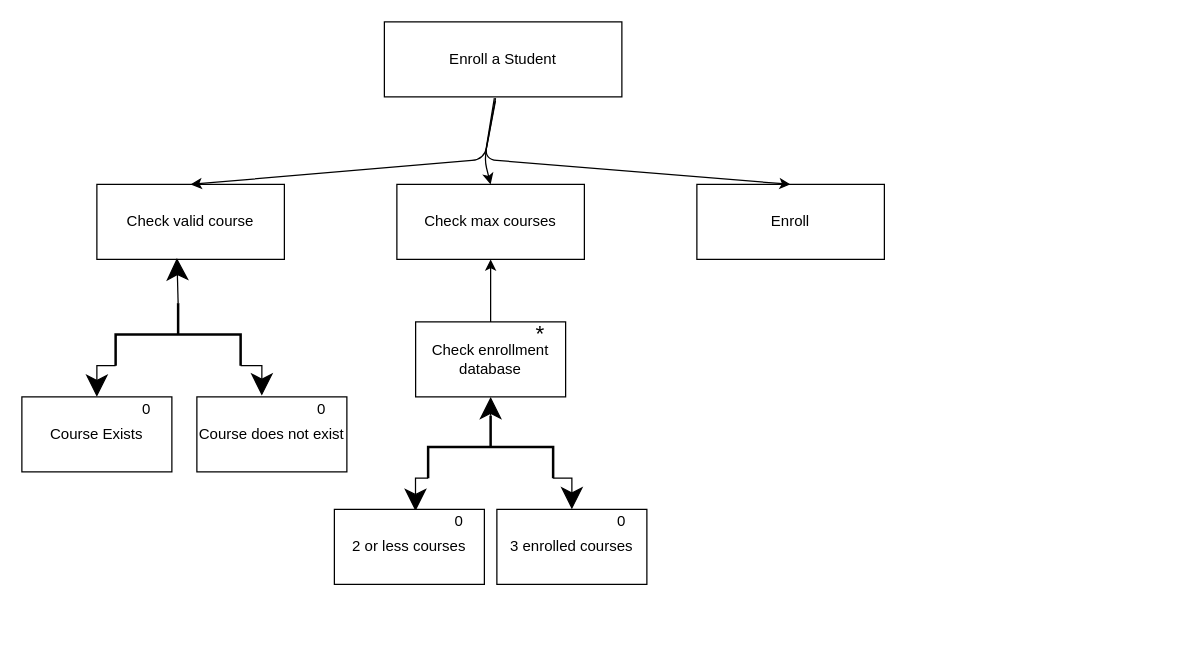
Before: page "DialogStructureDiagram" (5 of 6) of Unit2Question2.drawio in logankilpatrick/OxfordUnit2, a draw.io diagram. Source tidied: cells renumbered, new cells numbered last; positions are measured from the earlier drawing's top-left corner, leaving out a move shared by most shapes. Both pictures are drawn from the tidied source at 125%, with x=0, y=0 at pixel (21, 21).
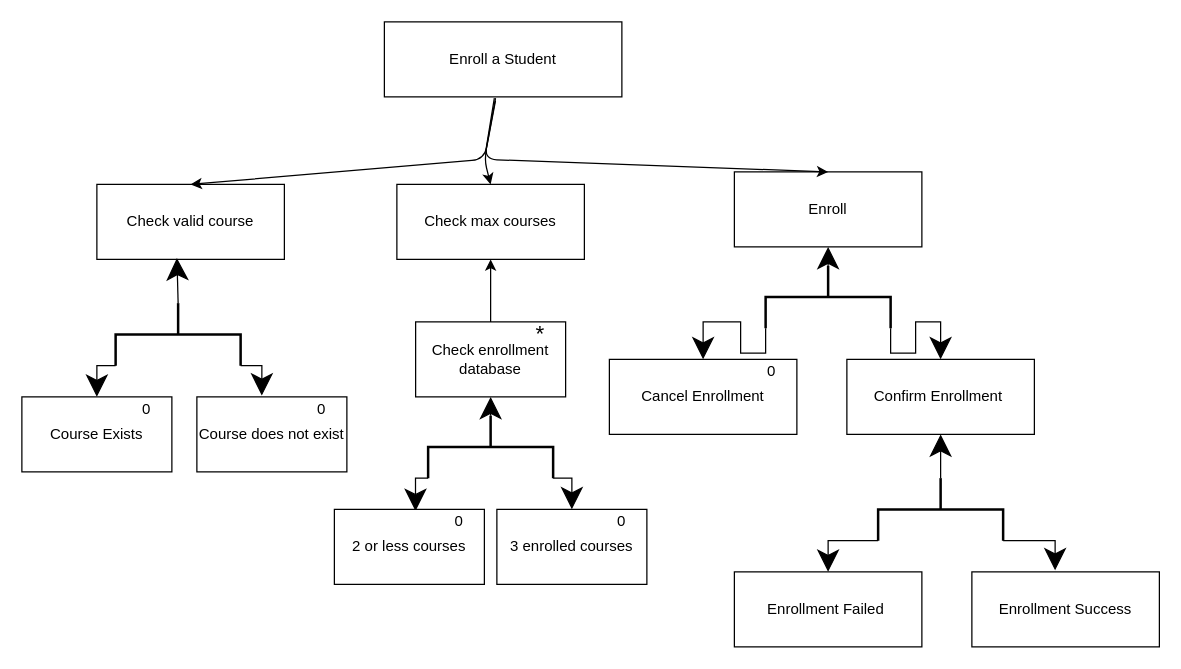
The same diagram, later.

What changed in the source:
```diff
@@
     <mxCell id="5" value="Enroll" style="rounded=0;whiteSpace=wrap;html=1;" parent="1" vertex="1">
-      <mxGeometry x="540" y="130" width="150" height="60" as="geometry" />
+      <mxGeometry x="570" y="120" width="150" height="60" as="geometry" />
     </mxCell>
@@
+    <mxCell id="28" value="Confirm Enrollment&amp;nbsp;" style="rounded=0;whiteSpace=wrap;html=1;" parent="1" vertex="1">
+      <mxGeometry x="660" y="270" width="150" height="60" as="geometry" />
+    </mxCell>
+    <mxCell id="29" value="Cancel Enrollment" style="rounded=0;whiteSpace=wrap;html=1;" parent="1" vertex="1">
+      <mxGeometry x="470" y="270" width="150" height="60" as="geometry" />
+    </mxCell>
+    <mxCell id="30" style="edgeStyle=orthogonalEdgeStyle;rounded=0;jettySize=auto;html=1;exitX=0;exitY=0.5;exitDx=0;exitDy=0;exitPerimeter=0;entryX=0.5;entryY=1;entryDx=0;entryDy=0;endSize=15;strokeWidth=1;fontSize=18;" parent="1" edge="1" source="33" target="5">
+      <mxGeometry relative="1" as="geometry" />
+    </mxCell>
+    <mxCell id="31" style="edgeStyle=orthogonalEdgeStyle;rounded=0;jettySize=auto;html=1;exitX=1;exitY=1;exitDx=0;exitDy=0;exitPerimeter=0;entryX=0.5;entryY=0;entryDx=0;entryDy=0;endSize=15;strokeWidth=1;fontSize=18;" parent="1" edge="1" source="33" target="29">
+      <mxGeometry relative="1" as="geometry" />
+    </mxCell>
+    <mxCell id="32" style="edgeStyle=orthogonalEdgeStyle;rounded=0;jettySize=auto;html=1;exitX=1;exitY=0;exitDx=0;exitDy=0;exitPerimeter=0;endSize=15;strokeWidth=1;fontSize=18;" parent="1" edge="1" source="33" target="28">
+      <mxGeometry relative="1" as="geometry" />
+    </mxCell>
+    <mxCell id="33" style="strokeWidth=2;html=1;shape=mxgraph.flowchart.annotation_2;align=left;labelPosition=right;rotation=90;" parent="1" vertex="1">
+      <mxGeometry x="620" y="170" width="50" height="100" as="geometry" />
+    </mxCell>
+    <mxCell id="34" value="0" style="text;html=1;strokeColor=none;fillColor=none;align=center;verticalAlign=middle;whiteSpace=wrap;rounded=0;fontSize=12;" parent="1" vertex="1">
+      <mxGeometry x="580" y="270" width="40" height="20" as="geometry" />
+    </mxCell>
+    <mxCell id="35" style="edgeStyle=orthogonalEdgeStyle;rounded=0;jettySize=auto;html=1;exitX=0;exitY=0.5;exitDx=0;exitDy=0;exitPerimeter=0;entryX=0.5;entryY=1;entryDx=0;entryDy=0;endSize=15;strokeWidth=1;fontSize=12;" parent="1" edge="1" source="38" target="28">
+      <mxGeometry relative="1" as="geometry" />
+    </mxCell>
+    <mxCell id="36" style="edgeStyle=orthogonalEdgeStyle;rounded=0;jettySize=auto;html=1;exitX=1;exitY=1;exitDx=0;exitDy=0;exitPerimeter=0;entryX=0.5;entryY=0;entryDx=0;entryDy=0;endSize=15;strokeWidth=1;fontSize=12;" parent="1" edge="1" source="38" target="39">
+      <mxGeometry relative="1" as="geometry" />
+    </mxCell>
+    <mxCell id="37" style="edgeStyle=orthogonalEdgeStyle;rounded=0;jettySize=auto;html=1;exitX=1;exitY=0;exitDx=0;exitDy=0;exitPerimeter=0;entryX=0.444;entryY=-0.02;entryDx=0;entryDy=0;entryPerimeter=0;endSize=15;strokeWidth=1;fontSize=12;" parent="1" edge="1" source="38" target="40">
+      <mxGeometry relative="1" as="geometry" />
+    </mxCell>
+    <mxCell id="38" style="strokeWidth=2;html=1;shape=mxgraph.flowchart.annotation_2;align=left;labelPosition=right;rotation=90;" parent="1" vertex="1">
+      <mxGeometry x="710" y="340" width="50" height="100" as="geometry" />
+    </mxCell>
+    <mxCell id="39" value="Enrollment Failed&amp;nbsp;" style="rounded=0;whiteSpace=wrap;html=1;" parent="1" vertex="1">
+      <mxGeometry x="570" y="440" width="150" height="60" as="geometry" />
+    </mxCell>
+    <mxCell id="40" value="Enrollment Success" style="rounded=0;whiteSpace=wrap;html=1;" parent="1" vertex="1">
+      <mxGeometry x="760" y="440" width="150" height="60" as="geometry" />
+    </mxCell>
```
